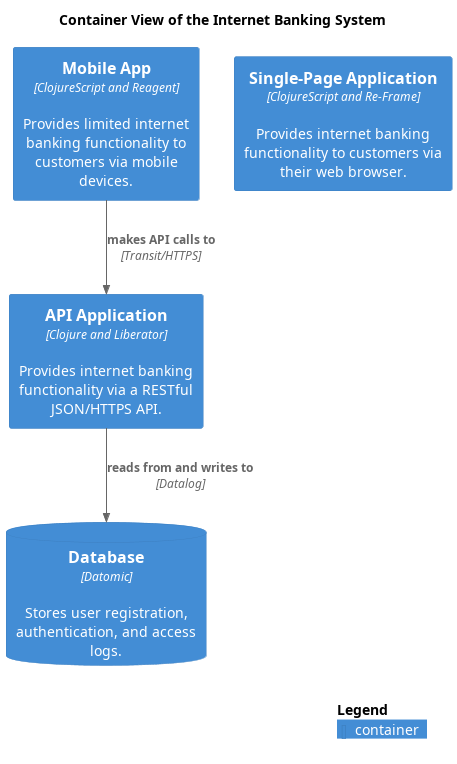
The PlantUML diagram docs/mybank/digital-banking/internet-banking-system/container-view.png in soulspace-org/my-bank-model, before a commit. The source it was exported from:
```plantuml
@startuml container-view
!include <C4/C4_Container.puml>
!include <awslib14/AWSCommon>
!include <awslib14/AWSC4Integration>
!include <azure/AzureCommon>
!include <azure/AzureC4Integration>
!include <tupadr3/common>


LAYOUT_TOP_DOWN()




title Container View of the Internet Banking System
Container(mybank_digitalBanking_internetBankingSystem_mobileApp, "Mobile App", $descr="Provides limited internet banking functionality to customers via mobile devices.", $techn="ClojureScript and Reagent")
Container(mybank_digitalBanking_internetBankingSystem_apiApplication, "API Application", $descr="Provides internet banking functionality via a RESTful JSON/HTTPS API.", $techn="Clojure and Liberator")
Container(mybank_digitalBanking_internetBankingSystem_singlePageApp, "Single-Page Application", $descr="Provides internet banking functionality to customers via their web browser.", $techn="ClojureScript and Re-Frame")
ContainerDb(mybank_digitalBanking_internetBankingSystem_database, "Database", $descr="Stores user registration, authentication, and access logs.", $techn="Datomic")
Rel(mybank_digitalBanking_internetBankingSystem_mobileApp, mybank_digitalBanking_internetBankingSystem_apiApplication, "makes API calls to", $techn="Transit/HTTPS")
Rel(mybank_digitalBanking_internetBankingSystem_apiApplication, mybank_digitalBanking_internetBankingSystem_database, "reads from and writes to", $techn="Datalog")
SHOW_LEGEND()
@enduml
```
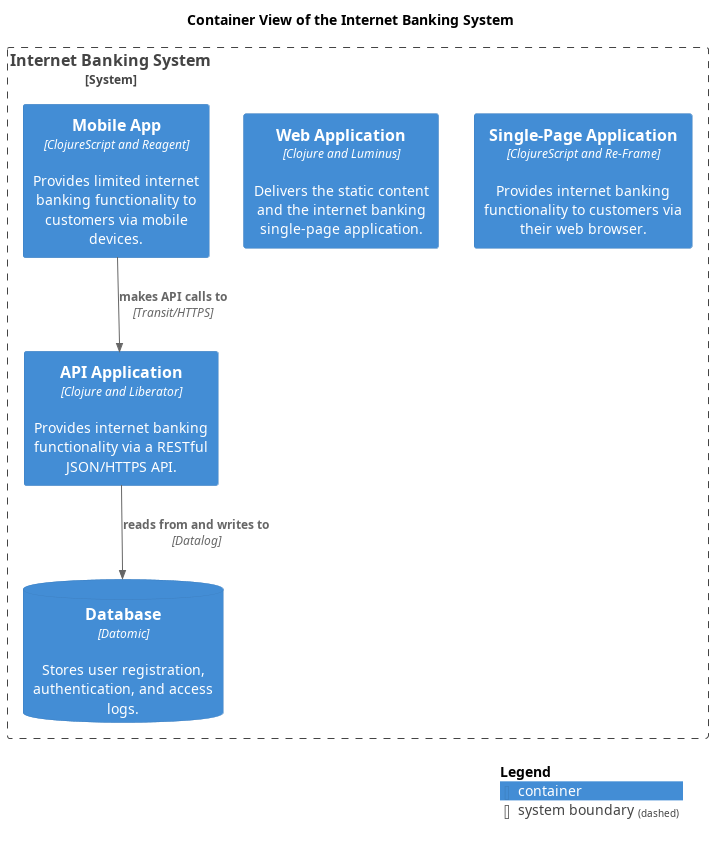
The same diagram one commit later.

The edit, as a diff of the source:
```diff
@@ -13,10 +13,13 @@
 
 
 title Container View of the Internet Banking System
-Container(mybank_digitalBanking_internetBankingSystem_mobileApp, "Mobile App", $descr="Provides limited internet banking functionality to customers via mobile devices.", $techn="ClojureScript and Reagent")
-Container(mybank_digitalBanking_internetBankingSystem_apiApplication, "API Application", $descr="Provides internet banking functionality via a RESTful JSON/HTTPS API.", $techn="Clojure and Liberator")
-Container(mybank_digitalBanking_internetBankingSystem_singlePageApp, "Single-Page Application", $descr="Provides internet banking functionality to customers via their web browser.", $techn="ClojureScript and Re-Frame")
-ContainerDb(mybank_digitalBanking_internetBankingSystem_database, "Database", $descr="Stores user registration, authentication, and access logs.", $techn="Datomic")
+System_Boundary(mybank_digitalBanking_internetBankingSystem_internetBankingSystem, "Internet Banking System") {
+  Container(mybank_digitalBanking_internetBankingSystem_apiApplication, "API Application", $descr="Provides internet banking functionality via a RESTful JSON/HTTPS API.", $techn="Clojure and Liberator")
+  Container(mybank_digitalBanking_internetBankingSystem_singlePageApp, "Single-Page Application", $descr="Provides internet banking functionality to customers via their web browser.", $techn="ClojureScript and Re-Frame")
+  Container(mybank_digitalBanking_internetBankingSystem_webApp, "Web Application", $descr="Delivers the static content and the internet banking single-page application.", $techn="Clojure and Luminus")
+  Container(mybank_digitalBanking_internetBankingSystem_mobileApp, "Mobile App", $descr="Provides limited internet banking functionality to customers via mobile devices.", $techn="ClojureScript and Reagent")
+  ContainerDb(mybank_digitalBanking_internetBankingSystem_database, "Database", $descr="Stores user registration, authentication, and access logs.", $techn="Datomic")
+}
 Rel(mybank_digitalBanking_internetBankingSystem_mobileApp, mybank_digitalBanking_internetBankingSystem_apiApplication, "makes API calls to", $techn="Transit/HTTPS")
 Rel(mybank_digitalBanking_internetBankingSystem_apiApplication, mybank_digitalBanking_internetBankingSystem_database, "reads from and writes to", $techn="Datalog")
 SHOW_LEGEND()
```
